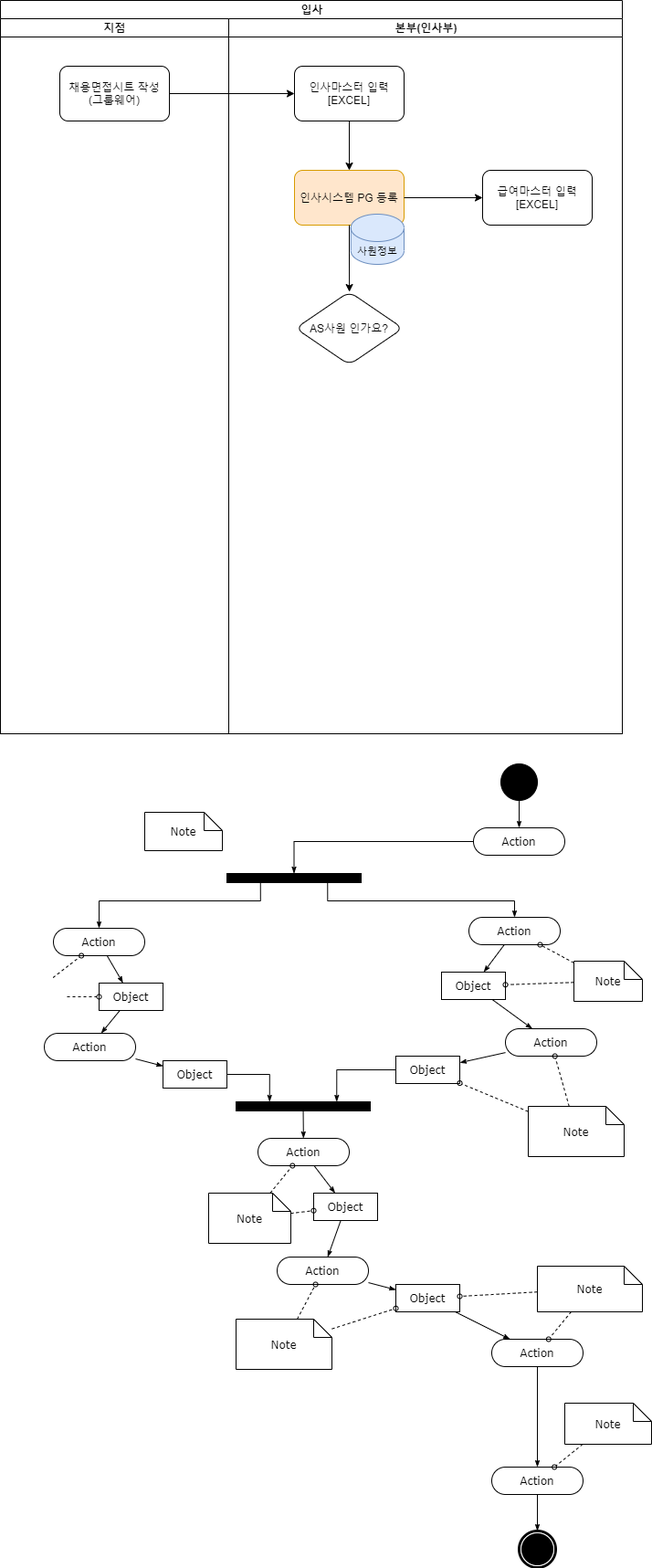
The draw.io diagram Insa_JoinResignation.drawio.png in seunggeunjo/Flow-Chart, before a commit. Source tidied: cells renumbered, new cells last; positions are measured from the earlier drawing's top-left corner, leaving out a move shared by most shapes.
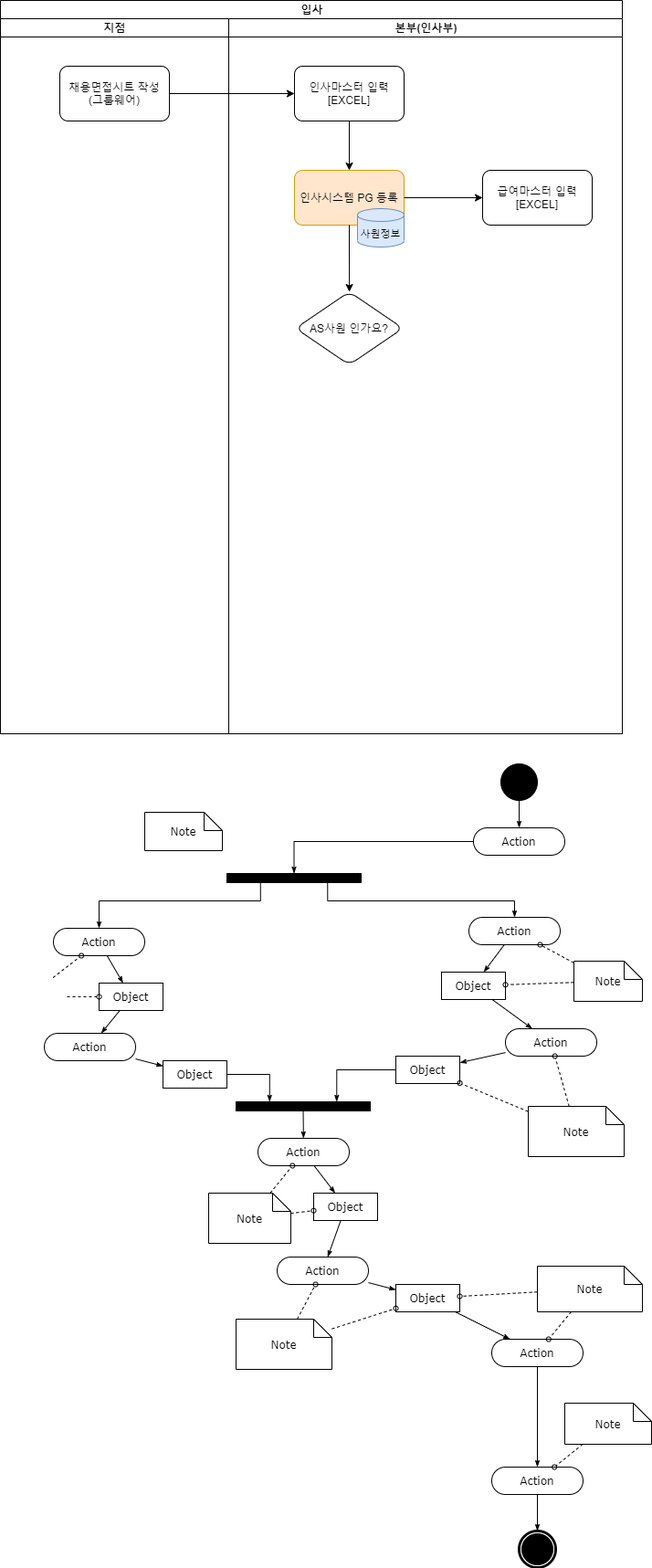
The same file after the commit.

Diff of the diagram source:
```diff
@@ -35,8 +35,8 @@
     <mxCell id="12" style="edgeStyle=orthogonalEdgeStyle;rounded=0;jettySize=auto;html=1;" parent="5" edge="1" source="7" target="11">
       <mxGeometry relative="1" as="geometry" />
     </mxCell>
-    <mxCell id="13" value="&lt;font style=&quot;font-size: 11px&quot;&gt;사원정보&lt;/font&gt;" style="shape=cylinder3;whiteSpace=wrap;html=1;boundedLbl=1;backgroundOutline=1;size=15;fillColor=#dae8fc;strokeColor=#6c8ebf;" parent="5" vertex="1">
-      <mxGeometry x="133.8" y="214" width="58.2" height="55" as="geometry" />
+    <mxCell id="13" value="&lt;div&gt;&lt;span&gt;&lt;br&gt;&lt;/span&gt;&lt;/div&gt;&lt;div&gt;&lt;span&gt;사원정보&lt;/span&gt;&lt;/div&gt;" style="strokeWidth=1;html=1;shape=mxgraph.flowchart.database;whiteSpace=wrap;fontSize=11;fillColor=#dae8fc;strokeColor=#6c8ebf;align=center;" parent="5" vertex="1">
+      <mxGeometry x="141" y="208" width="51" height="42" as="geometry" />
     </mxCell>
     <mxCell id="14" style="edgeStyle=orthogonalEdgeStyle;rounded=0;jettySize=auto;html=1;" parent="2" edge="1" source="4" target="6">
       <mxGeometry relative="1" as="geometry" />
```
